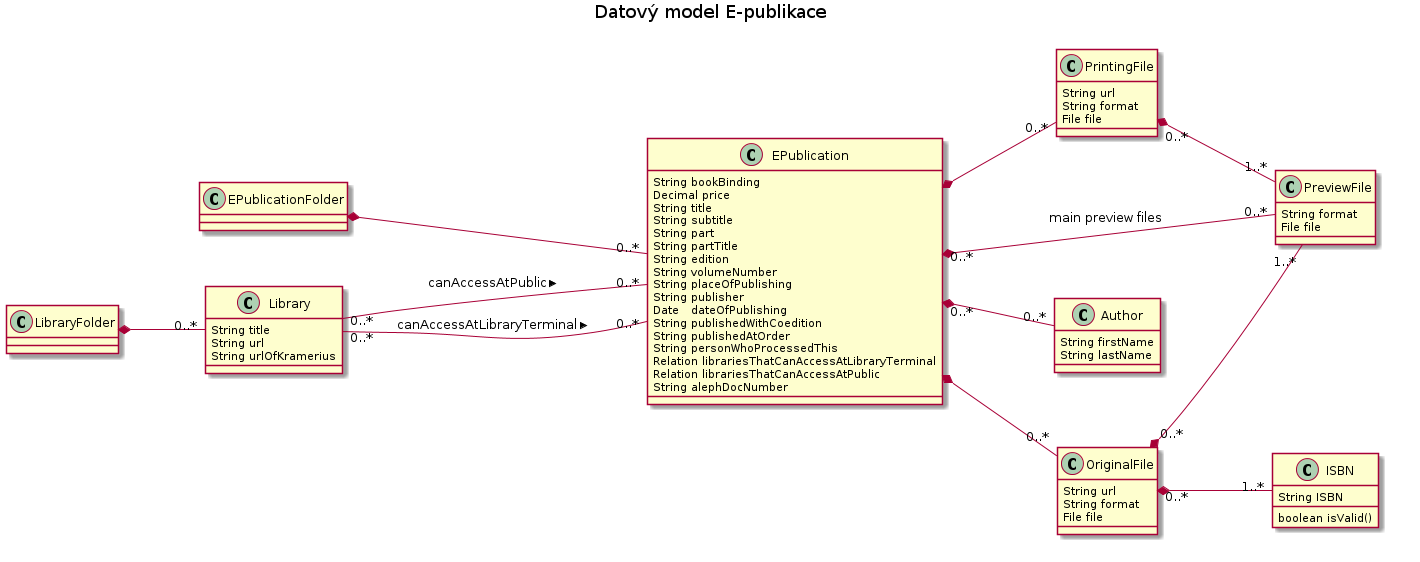
edeposit/edeposit.policy keeps this PlantUML diagram as docs/dm01.png. Above is the earlier version.
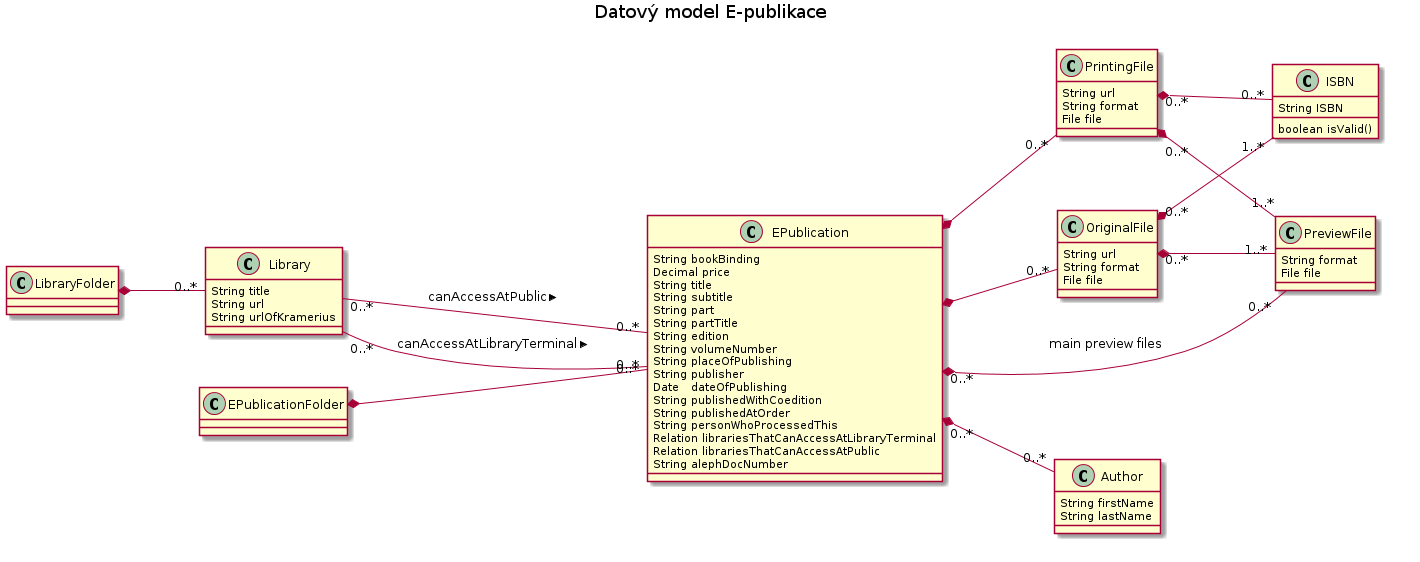
Above is the later version.

Commit message:
added relation between printignfile and isbn

Change to the diagram source:
```diff
@@ -70,6 +70,7 @@
 EPublication "0..*" *-- "0..*" Author
 EPublication "0..*" *-- "0..*" PreviewFile: main preview files
 OriginalFile "0..*" *-- "1..*" ISBN
+PrintingFile "0..*" *-- "0..*" ISBN
 OriginalFile "0..*" *-- "1..*" PreviewFile
 PrintingFile "0..*" *-- "1..*" PreviewFile
 EPublicationFolder *-- "0..*" EPublication
```
